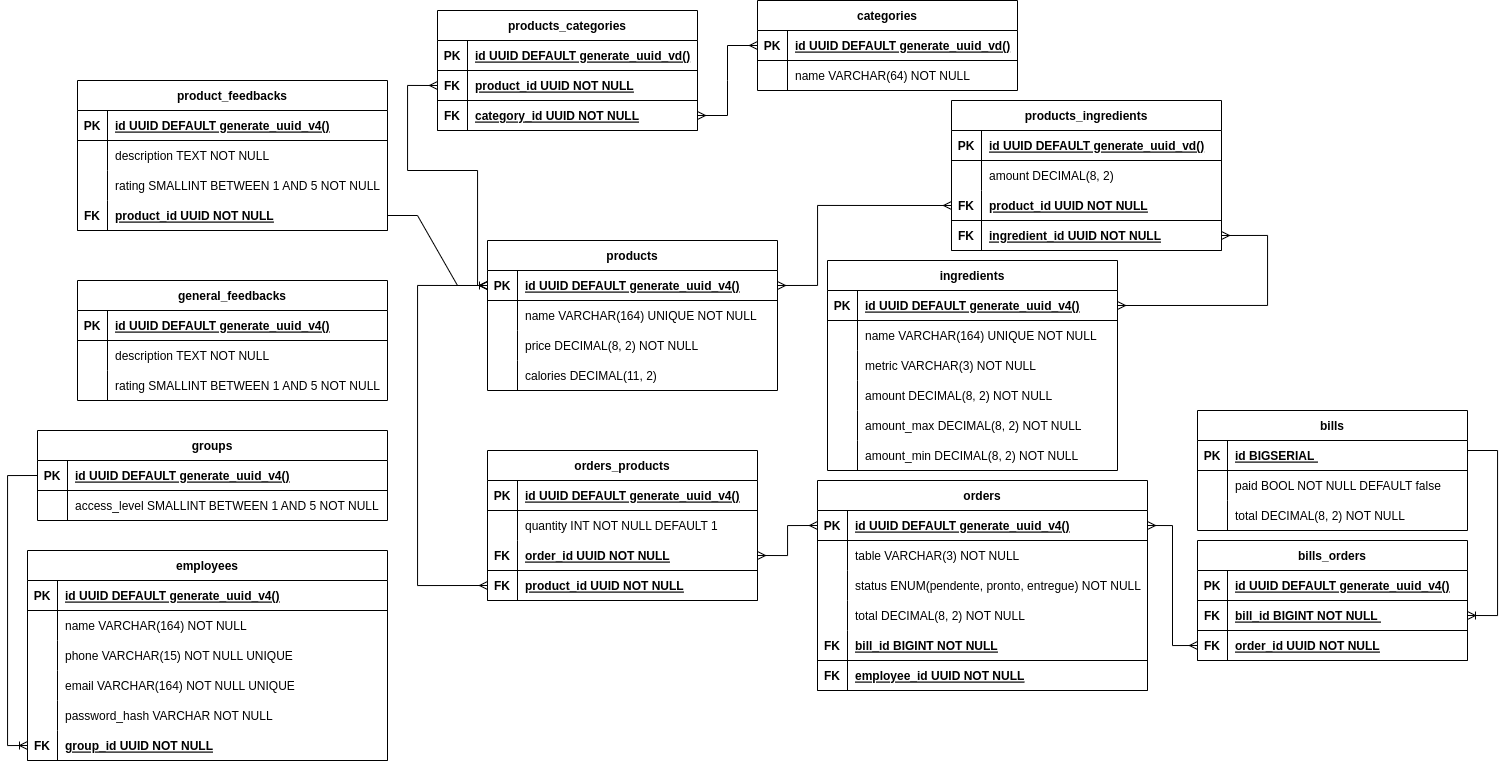
This is YocaDER.png from cayo-rodrigues/yoca, a draw.io export, as it was before one commit. Source tidied: cells renumbered, new cells last; positions are measured from the earlier drawing's top-left corner, leaving out a move shared by most shapes.
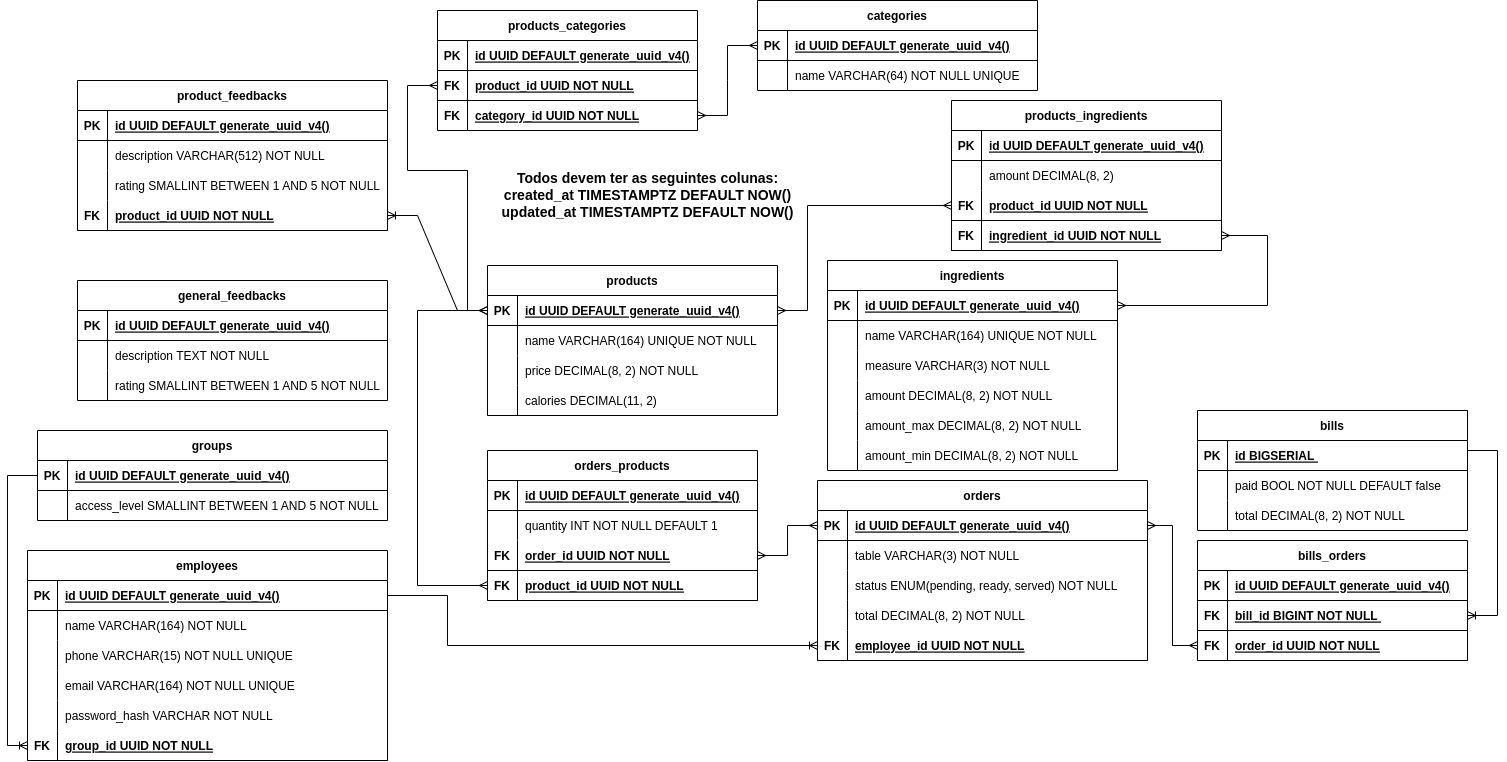
Above is the later version.

Diff of the diagram source:
```diff
@@ -3,7 +3,7 @@
     <mxCell id="0" />
     <mxCell id="1" parent="0" />
     <mxCell id="2" value="products" style="shape=table;startSize=30;rowLines=0;fontStyle=1;align=center;fillColor=none;" parent="1" vertex="1">
-      <mxGeometry x="480" y="240" width="290" height="150" as="geometry" />
+      <mxGeometry x="480" y="265" width="290" height="150" as="geometry" />
     </mxCell>
     <mxCell id="3" style="shape=tableRow;horizontal=0;startSize=0;swimlaneHead=0;swimlaneBody=0;fillColor=none;points=[[0,0.5],[1,0.5]];portConstraint=eastwest;top=0;left=0;right=0;bottom=1;" parent="2" vertex="1">
       <mxGeometry y="30" width="290" height="30" as="geometry" />
@@ -68,7 +68,7 @@
     <mxCell id="23" style="shape=partialRectangle;fillColor=none;top=0;left=0;bottom=0;right=0;overflow=hidden;" parent="22" vertex="1">
       <mxGeometry width="30" height="30" as="geometry" />
     </mxCell>
-    <mxCell id="24" value="metric VARCHAR(3) NOT NULL" style="shape=partialRectangle;fillColor=none;top=0;left=0;bottom=0;right=0;align=left;spacingLeft=6;overflow=hidden;" parent="22" vertex="1">
+    <mxCell id="24" value="measure VARCHAR(3) NOT NULL" style="shape=partialRectangle;fillColor=none;top=0;left=0;bottom=0;right=0;align=left;spacingLeft=6;overflow=hidden;" parent="22" vertex="1">
       <mxGeometry x="30" width="260" height="30" as="geometry" />
     </mxCell>
     <mxCell id="25" style="shape=tableRow;horizontal=0;startSize=0;swimlaneHead=0;swimlaneBody=0;fillColor=none;top=0;left=0;right=0;bottom=0;" parent="15" vertex="1">
@@ -107,7 +107,7 @@
     <mxCell id="36" value="PK" style="shape=partialRectangle;fillColor=none;top=0;left=0;bottom=0;right=0;fontStyle=1;overflow=hidden;" parent="35" vertex="1">
       <mxGeometry width="30" height="30" as="geometry" />
     </mxCell>
-    <mxCell id="37" value="id UUID DEFAULT generate_uuid_vd()" style="shape=partialRectangle;fillColor=none;top=0;left=0;bottom=0;right=0;align=left;spacingLeft=6;fontStyle=5;overflow=hidden;" parent="35" vertex="1">
+    <mxCell id="37" value="id UUID DEFAULT generate_uuid_v4()" style="shape=partialRectangle;fillColor=none;top=0;left=0;bottom=0;right=0;align=left;spacingLeft=6;fontStyle=5;overflow=hidden;" parent="35" vertex="1">
       <mxGeometry x="30" width="240" height="30" as="geometry" />
     </mxCell>
     <mxCell id="38" style="shape=tableRow;horizontal=0;startSize=0;swimlaneHead=0;swimlaneBody=0;fillColor=none;top=0;left=0;right=0;bottom=0;" parent="34" vertex="1">
@@ -148,13 +148,13 @@
     <mxCell id="48" style="edgeStyle=orthogonalEdgeStyle;fontSize=12;html=1;endArrow=ERmany;startArrow=ERmany;rounded=0;exitX=1;exitY=0.5;exitDx=0;exitDy=0;elbow=vertical;entryX=0;entryY=0.5;entryDx=0;entryDy=0;" parent="1" edge="1" source="3" target="41">
       <mxGeometry relative="1" as="geometry">
         <Array as="points">
-          <mxPoint x="810" y="285" />
-          <mxPoint x="810" y="205" />
+          <mxPoint x="800" y="310" />
+          <mxPoint x="800" y="205" />
         </Array>
       </mxGeometry>
     </mxCell>
     <mxCell id="49" value="orders" style="shape=table;startSize=30;rowLines=0;fontStyle=1;align=center;fillColor=none;" parent="1" vertex="1">
-      <mxGeometry x="810" y="480" width="330" height="210" as="geometry" />
+      <mxGeometry x="810" y="480" width="330" height="180" as="geometry" />
     </mxCell>
     <mxCell id="50" style="shape=tableRow;horizontal=0;startSize=0;swimlaneHead=0;swimlaneBody=0;fillColor=none;points=[[0,0.5],[1,0.5]];portConstraint=eastwest;top=0;left=0;right=0;bottom=1;" parent="49" vertex="1">
       <mxGeometry y="30" width="330" height="30" as="geometry" />
@@ -180,7 +180,7 @@
     <mxCell id="57" style="shape=partialRectangle;fillColor=none;top=0;left=0;bottom=0;right=0;overflow=hidden;" parent="56" vertex="1">
       <mxGeometry width="30" height="30" as="geometry" />
     </mxCell>
-    <mxCell id="58" value="status ENUM(pendente, pronto, entregue) NOT NULL " style="shape=partialRectangle;fillColor=none;top=0;left=0;bottom=0;right=0;align=left;spacingLeft=6;overflow=hidden;" parent="56" vertex="1">
+    <mxCell id="58" value="status ENUM(pending, ready, served) NOT NULL " style="shape=partialRectangle;fillColor=none;top=0;left=0;bottom=0;right=0;align=left;spacingLeft=6;overflow=hidden;" parent="56" vertex="1">
       <mxGeometry x="30" width="300" height="30" as="geometry" />
     </mxCell>
     <mxCell id="59" style="shape=tableRow;horizontal=0;startSize=0;swimlaneHead=0;swimlaneBody=0;fillColor=none;top=0;left=0;right=0;bottom=0;" parent="49" vertex="1">
@@ -192,17 +192,8 @@
     <mxCell id="61" value="total DECIMAL(8, 2) NOT NULL" style="shape=partialRectangle;fillColor=none;top=0;left=0;bottom=0;right=0;align=left;spacingLeft=6;overflow=hidden;" parent="59" vertex="1">
       <mxGeometry x="30" width="300" height="30" as="geometry" />
     </mxCell>
-    <mxCell id="62" style="shape=tableRow;horizontal=0;startSize=0;swimlaneHead=0;swimlaneBody=0;fillColor=none;top=0;left=0;right=0;bottom=1;" parent="49" vertex="1">
-      <mxGeometry y="150" width="330" height="30" as="geometry" />
-    </mxCell>
-    <mxCell id="63" value="FK" style="shape=partialRectangle;fillColor=none;top=0;left=0;bottom=0;right=0;fontStyle=1;overflow=hidden;" parent="62" vertex="1">
-      <mxGeometry width="30" height="30" as="geometry" />
-    </mxCell>
-    <mxCell id="64" value="bill_id BIGINT NOT NULL" style="shape=partialRectangle;fillColor=none;top=0;left=0;bottom=0;right=0;align=left;spacingLeft=6;fontStyle=5;overflow=hidden;" parent="62" vertex="1">
-      <mxGeometry x="30" width="300" height="30" as="geometry" />
-    </mxCell>
     <mxCell id="65" style="shape=tableRow;horizontal=0;startSize=0;swimlaneHead=0;swimlaneBody=0;fillColor=none;points=[[0,0.5],[1,0.5]];portConstraint=eastwest;top=0;left=0;right=0;bottom=1;" parent="49" vertex="1">
-      <mxGeometry y="180" width="330" height="30" as="geometry" />
+      <mxGeometry y="150" width="330" height="30" as="geometry" />
     </mxCell>
     <mxCell id="66" value="FK" style="shape=partialRectangle;fillColor=none;top=0;left=0;bottom=0;right=0;fontStyle=1;overflow=hidden;" parent="65" vertex="1">
       <mxGeometry width="30" height="30" as="geometry" />
@@ -283,7 +274,7 @@
       <mxGeometry relative="1" as="geometry">
         <Array as="points">
           <mxPoint x="410" y="585" />
-          <mxPoint x="410" y="285" />
+          <mxPoint x="410" y="310" />
         </Array>
       </mxGeometry>
     </mxCell>
@@ -428,7 +419,7 @@
     <mxCell id="138" style="shape=partialRectangle;fillColor=none;top=0;left=0;bottom=0;right=0;overflow=hidden;" parent="137" vertex="1">
       <mxGeometry width="30" height="30" as="geometry" />
     </mxCell>
-    <mxCell id="139" value="description TEXT NOT NULL" style="shape=partialRectangle;fillColor=none;top=0;left=0;bottom=0;right=0;align=left;spacingLeft=6;overflow=hidden;" parent="137" vertex="1">
+    <mxCell id="139" value="description VARCHAR(512) NOT NULL" style="shape=partialRectangle;fillColor=none;top=0;left=0;bottom=0;right=0;align=left;spacingLeft=6;overflow=hidden;" parent="137" vertex="1">
       <mxGeometry x="30" width="280" height="30" as="geometry" />
     </mxCell>
     <mxCell id="140" style="shape=tableRow;horizontal=0;startSize=0;swimlaneHead=0;swimlaneBody=0;fillColor=none;top=0;left=0;right=0;bottom=0;" parent="133" vertex="1">
@@ -449,9 +440,6 @@
     <mxCell id="145" value="product_id UUID NOT NULL" style="shape=partialRectangle;fillColor=none;top=0;left=0;bottom=0;right=0;align=left;spacingLeft=6;fontStyle=5;overflow=hidden;" parent="143" vertex="1">
       <mxGeometry x="30" width="280" height="30" as="geometry" />
     </mxCell>
-    <mxCell id="146" style="edgeStyle=entityRelationEdgeStyle;fontSize=12;html=1;endArrow=ERoneToMany;rounded=0;exitX=1;exitY=0.5;exitDx=0;exitDy=0;entryX=0;entryY=0.5;entryDx=0;entryDy=0;" parent="1" edge="1" source="143" target="3">
-      <mxGeometry relative="1" as="geometry" />
-    </mxCell>
     <mxCell id="147" style="edgeStyle=orthogonalEdgeStyle;fontSize=12;html=1;endArrow=ERoneToMany;rounded=0;exitX=1;exitY=0.5;exitDx=0;exitDy=0;entryX=1;entryY=0.5;entryDx=0;entryDy=0;" parent="1" edge="1" source="69" target="97">
       <mxGeometry relative="1" as="geometry">
         <Array as="points">
@@ -491,25 +479,25 @@
       </mxGeometry>
     </mxCell>
     <mxCell id="156" value="categories" style="shape=table;startSize=30;rowLines=0;fontStyle=1;align=center;" parent="1" vertex="1">
-      <mxGeometry x="750" width="260" height="90" as="geometry" />
+      <mxGeometry x="750" width="280" height="90" as="geometry" />
     </mxCell>
     <mxCell id="157" style="shape=tableRow;horizontal=0;startSize=0;swimlaneHead=0;swimlaneBody=0;fillColor=none;points=[[0,0.5],[1,0.5]];portConstraint=eastwest;top=0;left=0;right=0;bottom=1;" parent="156" vertex="1">
-      <mxGeometry y="30" width="260" height="30" as="geometry" />
+      <mxGeometry y="30" width="280" height="30" as="geometry" />
     </mxCell>
     <mxCell id="158" value="PK" style="shape=partialRectangle;fillColor=none;top=0;left=0;bottom=0;right=0;fontStyle=1;overflow=hidden;" parent="157" vertex="1">
       <mxGeometry width="30" height="30" as="geometry" />
     </mxCell>
-    <mxCell id="159" value="id UUID DEFAULT generate_uuid_vd()" style="shape=partialRectangle;fillColor=none;top=0;left=0;bottom=0;right=0;align=left;spacingLeft=6;fontStyle=5;overflow=hidden;" parent="157" vertex="1">
-      <mxGeometry x="30" width="230" height="30" as="geometry" />
+    <mxCell id="159" value="id UUID DEFAULT generate_uuid_v4()" style="shape=partialRectangle;fillColor=none;top=0;left=0;bottom=0;right=0;align=left;spacingLeft=6;fontStyle=5;overflow=hidden;" parent="157" vertex="1">
+      <mxGeometry x="30" width="250" height="30" as="geometry" />
     </mxCell>
     <mxCell id="160" style="shape=tableRow;horizontal=0;startSize=0;swimlaneHead=0;swimlaneBody=0;fillColor=none;top=0;left=0;right=0;bottom=0;" parent="156" vertex="1">
-      <mxGeometry y="60" width="260" height="30" as="geometry" />
+      <mxGeometry y="60" width="280" height="30" as="geometry" />
     </mxCell>
     <mxCell id="161" style="shape=partialRectangle;fillColor=none;top=0;left=0;bottom=0;right=0;overflow=hidden;" parent="160" vertex="1">
       <mxGeometry width="30" height="30" as="geometry" />
     </mxCell>
-    <mxCell id="162" value="name VARCHAR(64) NOT NULL" style="shape=partialRectangle;fillColor=none;top=0;left=0;bottom=0;right=0;align=left;spacingLeft=6;overflow=hidden;" parent="160" vertex="1">
-      <mxGeometry x="30" width="230" height="30" as="geometry" />
+    <mxCell id="162" value="name VARCHAR(64) NOT NULL UNIQUE" style="shape=partialRectangle;fillColor=none;top=0;left=0;bottom=0;right=0;align=left;spacingLeft=6;overflow=hidden;" parent="160" vertex="1">
+      <mxGeometry x="30" width="250" height="30" as="geometry" />
     </mxCell>
     <mxCell id="163" value="products_categories" style="shape=table;startSize=30;rowLines=0;fontStyle=1;align=center;" parent="1" vertex="1">
       <mxGeometry x="430" y="10" width="260" height="120" as="geometry" />
@@ -520,7 +508,7 @@
     <mxCell id="165" value="PK" style="shape=partialRectangle;fillColor=none;top=0;left=0;bottom=0;right=0;fontStyle=1;overflow=hidden;" parent="164" vertex="1">
       <mxGeometry width="30" height="30" as="geometry" />
     </mxCell>
-    <mxCell id="166" value="id UUID DEFAULT generate_uuid_vd()" style="shape=partialRectangle;fillColor=none;top=0;left=0;bottom=0;right=0;align=left;spacingLeft=6;fontStyle=5;overflow=hidden;" parent="164" vertex="1">
+    <mxCell id="166" value="id UUID DEFAULT generate_uuid_v4()" style="shape=partialRectangle;fillColor=none;top=0;left=0;bottom=0;right=0;align=left;spacingLeft=6;fontStyle=5;overflow=hidden;" parent="164" vertex="1">
       <mxGeometry x="30" width="230" height="30" as="geometry" />
     </mxCell>
     <mxCell id="167" style="shape=tableRow;horizontal=0;startSize=0;swimlaneHead=0;swimlaneBody=0;fillColor=none;points=[[0,0.5],[1,0.5]];portConstraint=eastwest;top=0;left=0;right=0;bottom=1;" parent="163" vertex="1">
@@ -544,8 +532,8 @@
     <mxCell id="173" style="edgeStyle=orthogonalEdgeStyle;fontSize=12;html=1;endArrow=ERmany;startArrow=ERmany;rounded=0;entryX=0;entryY=0.5;entryDx=0;entryDy=0;exitX=0;exitY=0.5;exitDx=0;exitDy=0;" parent="1" edge="1" source="3" target="167">
       <mxGeometry relative="1" as="geometry">
         <Array as="points">
-          <mxPoint x="470" y="285" />
-          <mxPoint x="470" y="170" />
+          <mxPoint x="460" y="310" />
+          <mxPoint x="460" y="170" />
           <mxPoint x="400" y="170" />
           <mxPoint x="400" y="85" />
         </Array>
@@ -554,5 +542,19 @@
     <mxCell id="174" style="edgeStyle=entityRelationEdgeStyle;fontSize=12;html=1;endArrow=ERmany;startArrow=ERmany;rounded=0;entryX=0;entryY=0.5;entryDx=0;entryDy=0;exitX=1;exitY=0.5;exitDx=0;exitDy=0;" parent="1" edge="1" source="170" target="157">
       <mxGeometry relative="1" as="geometry" />
     </mxCell>
+    <mxCell id="175" value="&lt;font style=&quot;font-size: 14px;&quot;&gt;&lt;b&gt;Todos devem ter as seguintes colunas:&lt;br&gt;created_at TIMESTAMPTZ DEFAULT NOW()&lt;br&gt;updated_at TIMESTAMPTZ DEFAULT NOW()&lt;/b&gt;&lt;/font&gt;" style="text;html=1;align=center;verticalAlign=middle;strokeColor=none;fillColor=none;" parent="1" vertex="1">
+      <mxGeometry x="485" y="170" width="310" height="50" as="geometry" />
+    </mxCell>
+    <mxCell id="176" style="edgeStyle=orthogonalEdgeStyle;fontSize=12;html=1;endArrow=ERoneToMany;rounded=0;exitX=1;exitY=0.5;exitDx=0;exitDy=0;entryX=0;entryY=0.5;entryDx=0;entryDy=0;" parent="1" edge="1" source="105" target="65">
+      <mxGeometry relative="1" as="geometry">
+        <Array as="points">
+          <mxPoint x="440" y="595" />
+          <mxPoint x="440" y="645" />
+        </Array>
+      </mxGeometry>
+    </mxCell>
+    <mxCell id="177" style="edgeStyle=entityRelationEdgeStyle;fontSize=12;html=1;endArrow=ERoneToMany;rounded=0;exitX=0;exitY=0.5;exitDx=0;exitDy=0;entryX=1;entryY=0.5;entryDx=0;entryDy=0;" parent="1" edge="1" source="3" target="143">
+      <mxGeometry relative="1" as="geometry" />
+    </mxCell>
   </root>
 </mxGraphModel>
```
